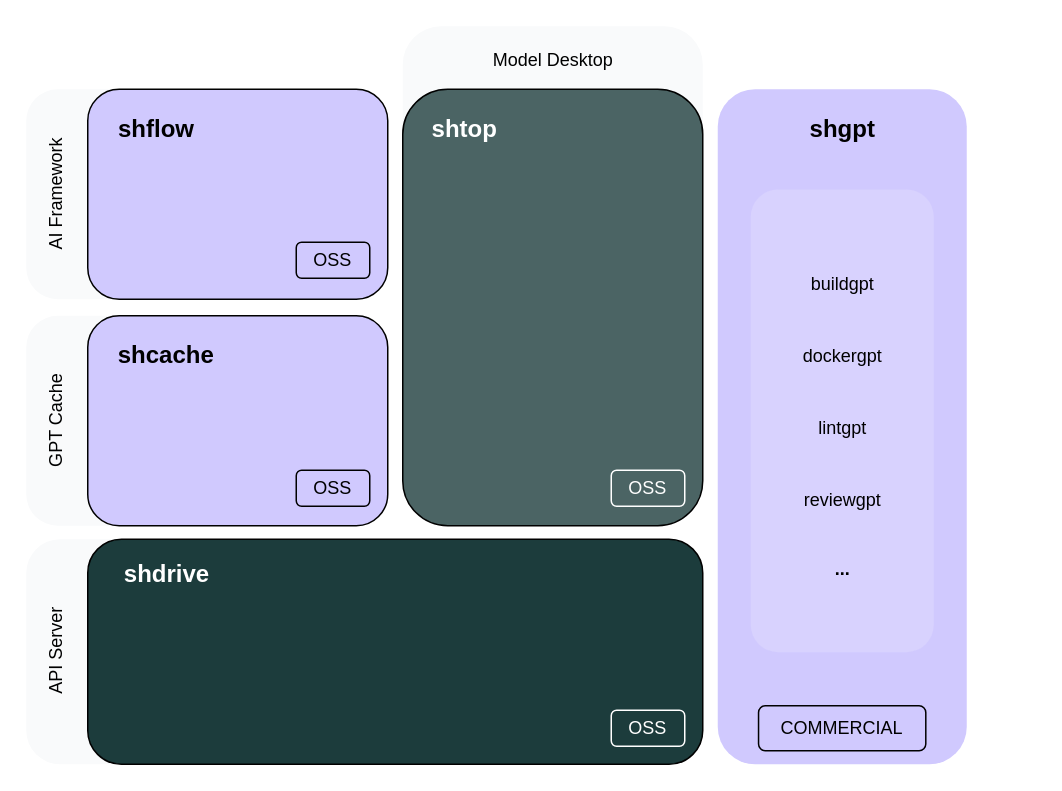
The draw.io diagram diagram.drawio in ai-flowx/.github, before the edit. Source tidied: cells renumbered, new cells numbered last; positions are measured from the earlier drawing's top-left corner, leaving out a move shared by most shapes. Both pictures are drawn from the tidied source at 150%, with x=0, y=0 at pixel (26, 26).
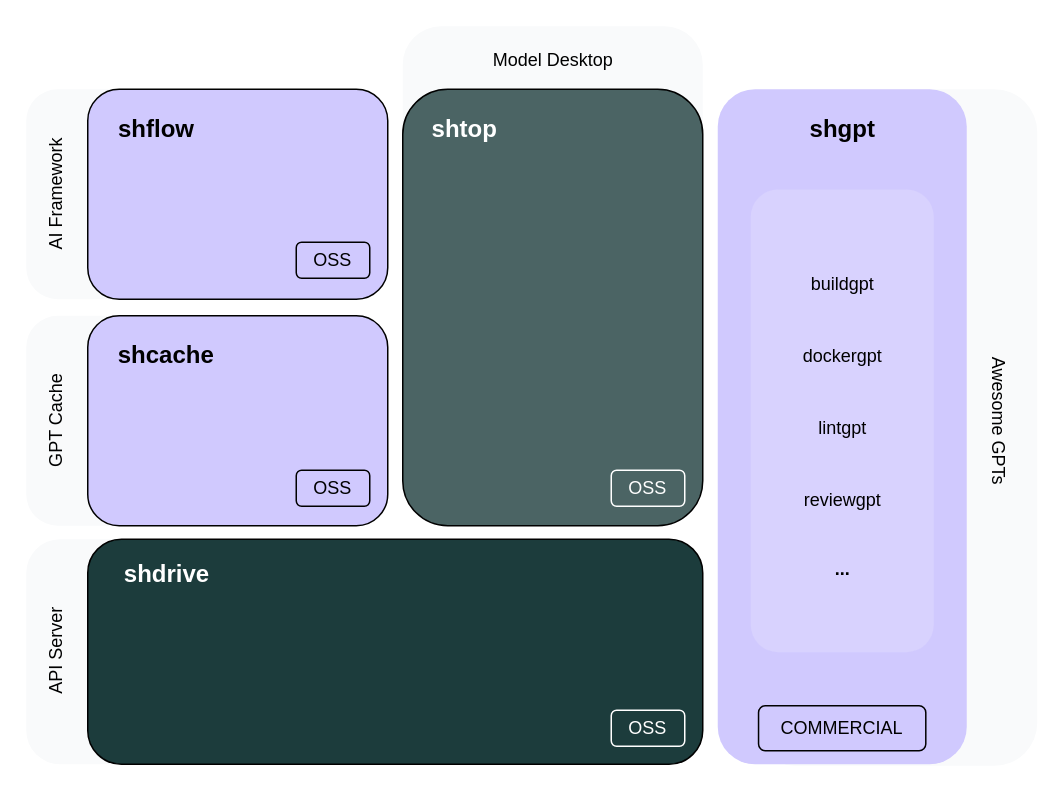
Above is the later version.

Commit message (it also covers changes not shown here):
docs(chore): update arch and diagram files

Change to the diagram source:
```diff
@@
+    <mxCell id="31" style="rounded=1;whiteSpace=wrap;html=1;fillColor=#f9fafb;strokeColor=none;" parent="1" vertex="1">
+      <mxGeometry x="484" y="42" width="190" height="451" as="geometry" />
+    </mxCell>
@@
+    <mxCell id="32" value="Awesome GPTs" style="text;html=1;strokeColor=none;fillColor=none;align=center;verticalAlign=middle;whiteSpace=wrap;rounded=1;fontStyle=0;fontColor=#000000;horizontal=1;rotation=90;" parent="1" vertex="1">
+      <mxGeometry x="599.8" y="251" width="96.5" height="24" as="geometry" />
+    </mxCell>
```
